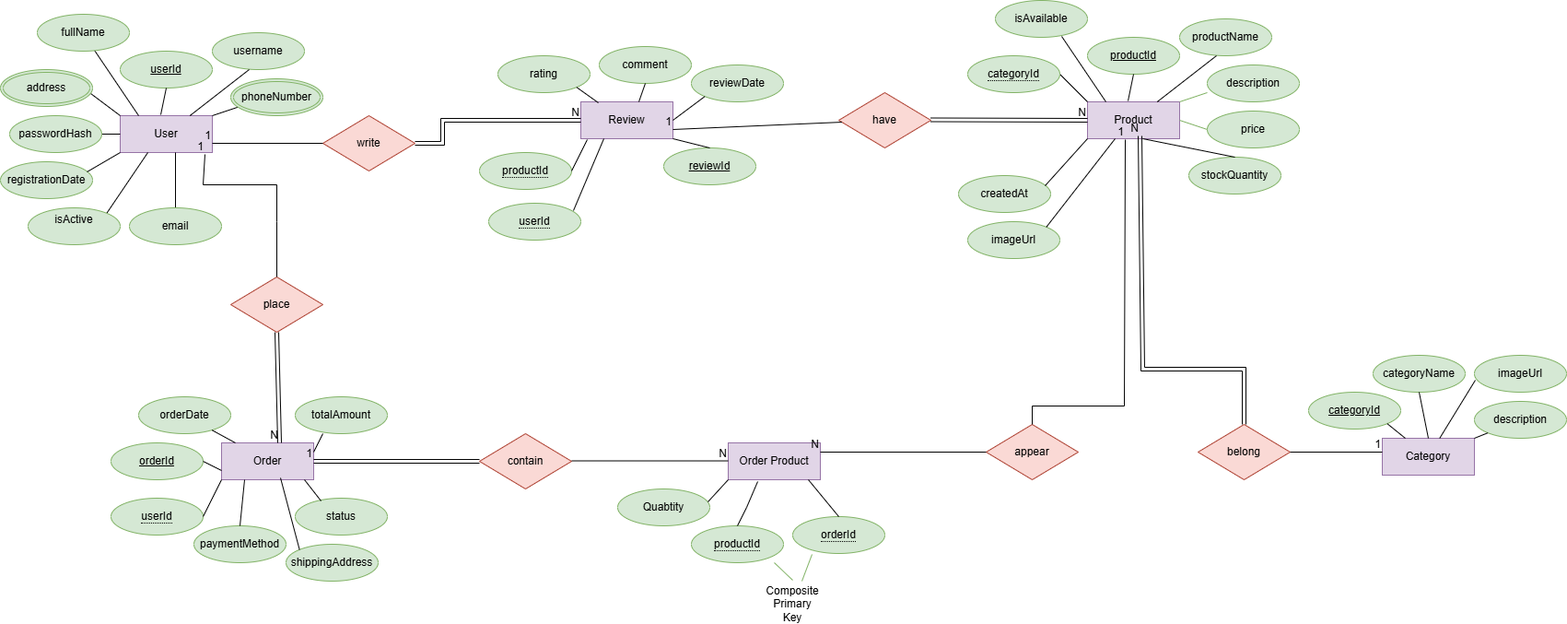
widaadalhandasi-wq/Bakend-System-ERD-Models keeps this draw.io diagram as E-Commerce System ERD & Models/E-Commerce System ERD.drawio.png. Above is the earlier version. Source tidied: cells renumbered, new cells last; positions are measured from the earlier drawing's top-left corner, leaving out a move shared by most shapes.
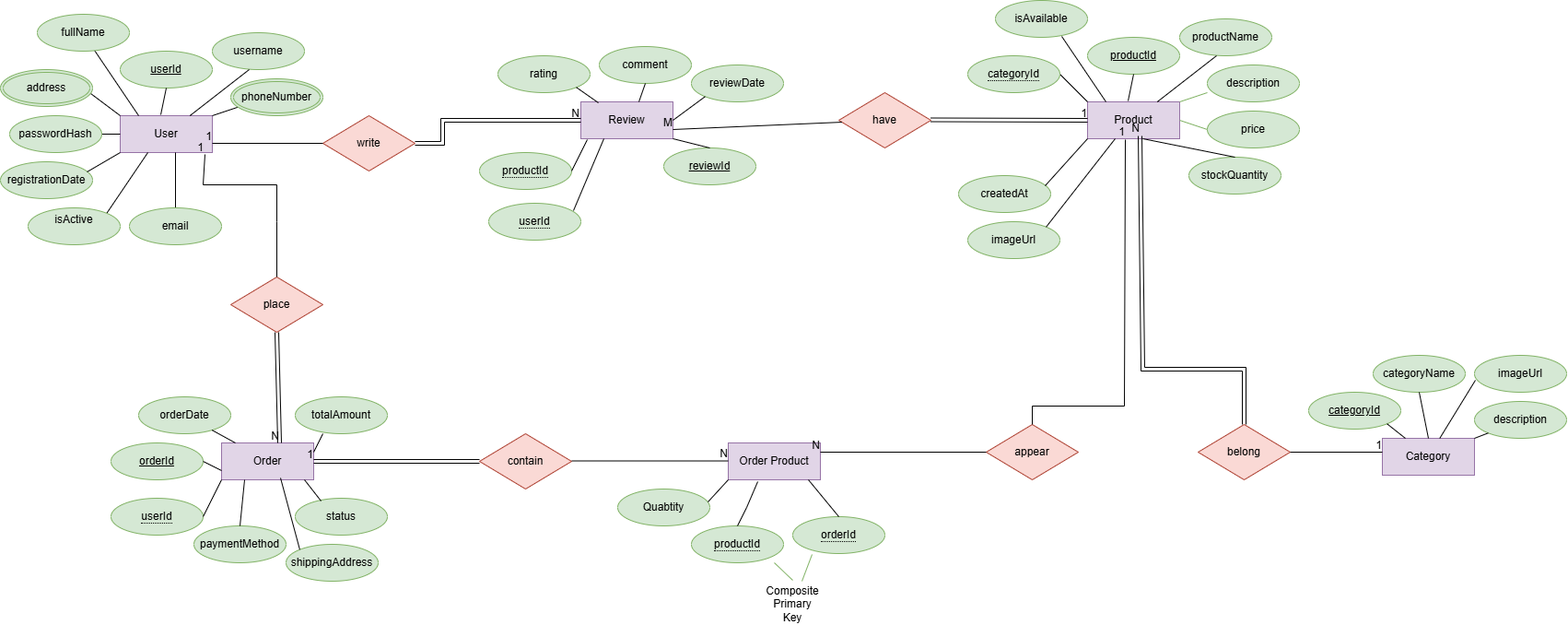
The same diagram one commit later.

What changed in the source:
```diff
@@ -397,7 +397,7 @@
     <mxCell id="113" style="endArrow=none;html=1;rounded=0;entryX=1;entryY=0.75;entryDx=0;entryDy=0;" parent="1" edge="1" source="84" target="2">
       <mxGeometry relative="1" as="geometry" />
     </mxCell>
-    <mxCell id="114" value="1" style="html=1;whiteSpace=wrap;align=right;verticalAlign=bottom;" parent="113" vertex="1">
+    <mxCell id="114" value="M" style="html=1;whiteSpace=wrap;align=right;verticalAlign=bottom;" parent="113" vertex="1">
       <mxGeometry x="1" relative="1" as="geometry" />
     </mxCell>
     <mxCell id="115" style="shape=link;html=1;rounded=0;entryX=0;entryY=0.5;entryDx=0;entryDy=0;" parent="1" edge="1" target="19">
@@ -405,7 +405,7 @@
         <mxPoint x="1010" y="129.5" as="sourcePoint" />
       </mxGeometry>
     </mxCell>
-    <mxCell id="116" value="N" style="html=1;whiteSpace=wrap;align=right;verticalAlign=bottom;" parent="115" vertex="1">
+    <mxCell id="116" value="1" style="html=1;whiteSpace=wrap;align=right;verticalAlign=bottom;" parent="115" vertex="1">
       <mxGeometry x="1" relative="1" as="geometry" />
     </mxCell>
   </root>
```
